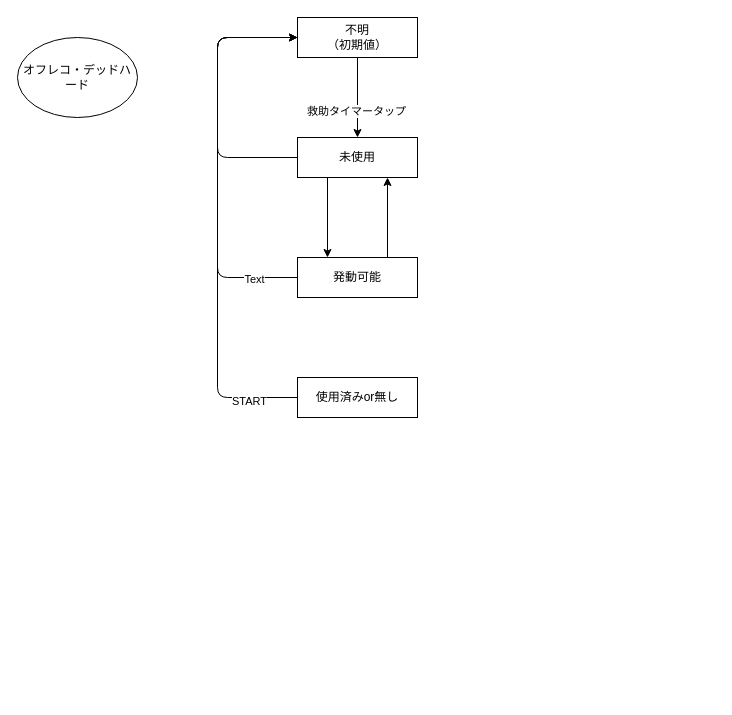
Above: docs/perks.drawio in g1ac3/dbd_supporter (draw.io), before the change. Source tidied: cells renumbered, new cells numbered last; positions are measured from the earlier drawing's top-left corner, leaving out a move shared by most shapes. Both pictures are drawn from the tidied source at 100%, with x=0, y=0 at pixel (17, 17).
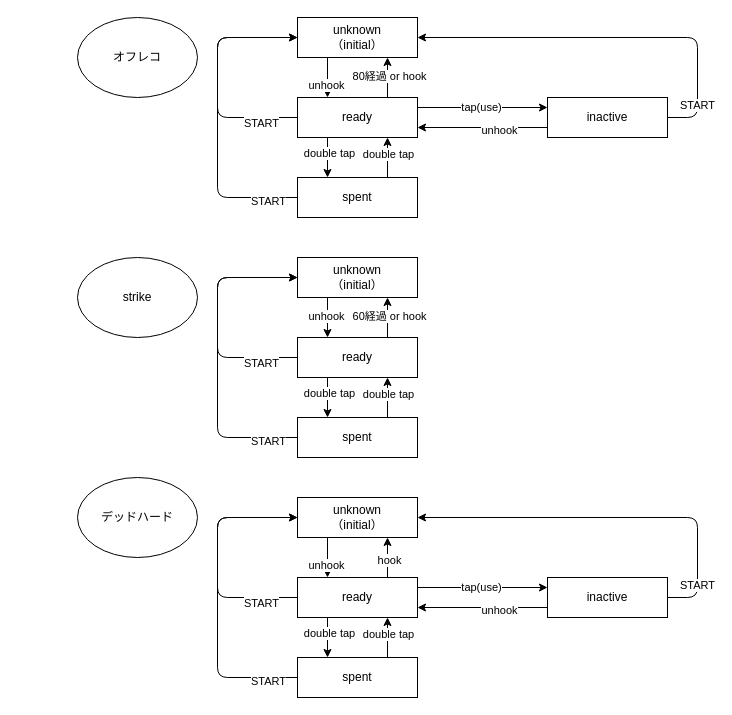
After the change.

Commit message (it also covers changes not shown here):
feat: add hook/unhook button.

Change to the diagram source:
```diff
@@
-    <mxCell id="2" style="edgeStyle=none;html=1;exitX=0.5;exitY=1;exitDx=0;exitDy=0;entryX=0.5;entryY=0;entryDx=0;entryDy=0;" parent="1" edge="1" source="4" target="7">
+    <mxCell id="2" style="edgeStyle=none;html=1;exitX=0.25;exitY=1;exitDx=0;exitDy=0;entryX=0.25;entryY=0;entryDx=0;entryDy=0;" parent="1" edge="1" source="4" target="7">
       <mxGeometry relative="1" as="geometry" />
     </mxCell>
-    <mxCell id="3" value="救助タイマータップ" style="edgeLabel;html=1;align=center;verticalAlign=middle;" parent="2" vertex="1">
+    <mxCell id="3" value="unhook" style="edgeLabel;html=1;align=center;verticalAlign=middle;" parent="2" vertex="1">
       <mxGeometry x="0.33" y="-2" relative="1" as="geometry" />
     </mxCell>
-    <mxCell id="4" value="不明&lt;div&gt;（初期値）&lt;/div&gt;" style="rounded=0;whiteSpace=wrap;html=1;" parent="1" vertex="1">
+    <mxCell id="4" value="unknown&lt;br&gt;&lt;div&gt;（initial）&lt;/div&gt;" style="rounded=0;whiteSpace=wrap;html=1;" parent="1" vertex="1">
       <mxGeometry x="280" width="120" height="40" as="geometry" />
     </mxCell>
-    <mxCell id="5" style="edgeStyle=none;html=1;exitX=0.25;exitY=1;exitDx=0;exitDy=0;entryX=0.25;entryY=0;entryDx=0;entryDy=0;" parent="1" edge="1" source="7" target="11">
+    <mxCell id="5" style="edgeStyle=none;html=1;exitX=1;exitY=0.25;exitDx=0;exitDy=0;entryX=0;entryY=0.25;entryDx=0;entryDy=0;" parent="1" edge="1" source="7" target="11">
       <mxGeometry relative="1" as="geometry" />
     </mxCell>
+    <mxCell id="16" value="tap(use)" style="edgeLabel;html=1;align=center;verticalAlign=middle;" parent="5" vertex="1">
+      <mxGeometry x="-0.03" y="1" relative="1" as="geometry" />
+    </mxCell>
     <mxCell id="6" style="edgeStyle=none;html=1;exitX=0;exitY=0.5;exitDx=0;exitDy=0;entryX=0;entryY=0.5;entryDx=0;entryDy=0;" parent="1" edge="1" source="7" target="4">
       <mxGeometry relative="1" as="geometry">
         <Array as="points">
-          <mxPoint x="200" y="140" />
+          <mxPoint x="200" y="100" />
           <mxPoint x="200" y="80" />
           <mxPoint x="200" y="20" />
         </Array>
       </mxGeometry>
     </mxCell>
+    <mxCell id="17" value="START" style="edgeLabel;html=1;align=center;verticalAlign=middle;" parent="6" vertex="1">
+      <mxGeometry x="-0.69" y="5" relative="1" as="geometry" />
+    </mxCell>
+    <mxCell id="18" style="edgeStyle=none;html=1;exitX=0.75;exitY=0;exitDx=0;exitDy=0;entryX=0.75;entryY=1;entryDx=0;entryDy=0;" parent="1" edge="1" source="7" target="4">
+      <mxGeometry relative="1" as="geometry" />
+    </mxCell>
+    <mxCell id="19" value="80経過 or hook" style="edgeLabel;html=1;align=center;verticalAlign=middle;" parent="18" vertex="1">
+      <mxGeometry x="0.08" y="-1" relative="1" as="geometry" />
+    </mxCell>
+    <mxCell id="20" style="edgeStyle=none;html=1;exitX=0.25;exitY=1;exitDx=0;exitDy=0;entryX=0.25;entryY=0;entryDx=0;entryDy=0;" parent="1" edge="1" source="7" target="14">
+      <mxGeometry relative="1" as="geometry" />
+    </mxCell>
+    <mxCell id="21" value="double tap" style="edgeLabel;html=1;align=center;verticalAlign=middle;" parent="20" vertex="1">
+      <mxGeometry x="-0.26" y="1" relative="1" as="geometry" />
+    </mxCell>
-    <mxCell id="7" value="未使用" style="rounded=0;whiteSpace=wrap;html=1;" parent="1" vertex="1">
-      <mxGeometry x="280" y="120" width="120" height="40" as="geometry" />
+    <mxCell id="7" value="ready" style="rounded=0;whiteSpace=wrap;html=1;" parent="1" vertex="1">
+      <mxGeometry x="280" y="80" width="120" height="40" as="geometry" />
     </mxCell>
-    <mxCell id="8" style="edgeStyle=none;html=1;exitX=0.75;exitY=0;exitDx=0;exitDy=0;entryX=0.75;entryY=1;entryDx=0;entryDy=0;" parent="1" edge="1" source="11" target="7">
+    <mxCell id="8" style="edgeStyle=none;html=1;exitX=0;exitY=0.75;exitDx=0;exitDy=0;entryX=1;entryY=0.75;entryDx=0;entryDy=0;" parent="1" edge="1" source="11" target="7">
       <mxGeometry relative="1" as="geometry" />
     </mxCell>
+    <mxCell id="22" value="unhook" style="edgeLabel;html=1;align=center;verticalAlign=middle;" parent="8" vertex="1">
+      <mxGeometry x="-0.24" y="2" relative="1" as="geometry" />
+    </mxCell>
-    <mxCell id="9" style="edgeStyle=none;html=1;exitX=0;exitY=0.5;exitDx=0;exitDy=0;" parent="1" edge="1" source="11">
+    <mxCell id="9" style="edgeStyle=none;html=1;exitX=1;exitY=0.5;exitDx=0;exitDy=0;entryX=1;entryY=0.5;entryDx=0;entryDy=0;" parent="1" edge="1" source="11" target="4">
       <mxGeometry relative="1" as="geometry">
-        <mxPoint x="280" y="20" as="targetPoint" />
         <Array as="points">
-          <mxPoint x="200" y="260" />
-          <mxPoint x="200" y="140" />
-          <mxPoint x="200" y="20" />
+          <mxPoint x="680" y="100" />
+          <mxPoint x="680" y="20" />
         </Array>
       </mxGeometry>
     </mxCell>
-    <mxCell id="10" value="Text" style="edgeLabel;html=1;align=center;verticalAlign=middle;" parent="9" vertex="1">
+    <mxCell id="10" value="START" style="edgeLabel;html=1;align=center;verticalAlign=middle;" parent="9" vertex="1">
       <mxGeometry x="-0.78" y="1" relative="1" as="geometry" />
     </mxCell>
-    <mxCell id="11" value="発動可能" style="rounded=0;whiteSpace=wrap;html=1;" parent="1" vertex="1">
-      <mxGeometry x="280" y="240" width="120" height="40" as="geometry" />
+    <mxCell id="11" value="inactive" style="rounded=0;whiteSpace=wrap;html=1;" parent="1" vertex="1">
+      <mxGeometry x="530" y="80" width="120" height="40" as="geometry" />
     </mxCell>
     <mxCell id="12" style="edgeStyle=none;html=1;exitX=0;exitY=0.5;exitDx=0;exitDy=0;entryX=0;entryY=0.5;entryDx=0;entryDy=0;" parent="1" edge="1" source="14" target="4">
       <mxGeometry relative="1" as="geometry">
         <Array as="points">
-          <mxPoint x="200" y="380" />
+          <mxPoint x="200" y="180" />
           <mxPoint x="200" y="20" />
         </Array>
       </mxGeometry>
     </mxCell>
@@
+    <mxCell id="23" style="edgeStyle=none;html=1;exitX=0.75;exitY=0;exitDx=0;exitDy=0;entryX=0.75;entryY=1;entryDx=0;entryDy=0;" parent="1" edge="1" source="14" target="7">
+      <mxGeometry relative="1" as="geometry" />
+    </mxCell>
+    <mxCell id="24" value="double tap" style="edgeLabel;html=1;align=center;verticalAlign=middle;" parent="23" vertex="1">
+      <mxGeometry x="0.18" relative="1" as="geometry" />
+    </mxCell>
-    <mxCell id="14" value="使用済みor無し" style="rounded=0;whiteSpace=wrap;html=1;" parent="1" vertex="1">
-      <mxGeometry x="280" y="360" width="120" height="40" as="geometry" />
+    <mxCell id="14" value="spent" style="rounded=0;whiteSpace=wrap;html=1;" parent="1" vertex="1">
+      <mxGeometry x="280" y="160" width="120" height="40" as="geometry" />
     </mxCell>
-    <mxCell id="15" value="オフレコ・デッドハード" style="ellipse;whiteSpace=wrap;html=1;" parent="1" vertex="1">
-      <mxGeometry y="20" width="120" height="80" as="geometry" />
+    <mxCell id="15" value="オフレコ" style="ellipse;whiteSpace=wrap;html=1;" parent="1" vertex="1">
+      <mxGeometry x="60" width="120" height="80" as="geometry" />
     </mxCell>
+    <mxCell id="25" style="edgeStyle=none;html=1;exitX=0.25;exitY=1;exitDx=0;exitDy=0;entryX=0.25;entryY=0;entryDx=0;entryDy=0;" parent="1" edge="1" source="27" target="34">
+      <mxGeometry relative="1" as="geometry" />
+    </mxCell>
+    <mxCell id="26" value="unhook" style="edgeLabel;html=1;align=center;verticalAlign=middle;" parent="25" vertex="1">
+      <mxGeometry x="0.33" y="-2" relative="1" as="geometry">
+        <mxPoint y="-9" as="offset" />
+      </mxGeometry>
+    </mxCell>
+    <mxCell id="27" value="unknown&lt;br&gt;&lt;div&gt;（initial）&lt;/div&gt;" style="rounded=0;whiteSpace=wrap;html=1;" parent="1" vertex="1">
+      <mxGeometry x="280" y="240" width="120" height="40" as="geometry" />
+    </mxCell>
+    <mxCell id="28" style="edgeStyle=none;html=1;exitX=0;exitY=0.5;exitDx=0;exitDy=0;entryX=0;entryY=0.5;entryDx=0;entryDy=0;" parent="1" edge="1" source="34" target="27">
+      <mxGeometry relative="1" as="geometry">
+        <Array as="points">
+          <mxPoint x="200" y="340" />
+          <mxPoint x="200" y="320" />
+          <mxPoint x="200" y="260" />
+        </Array>
+      </mxGeometry>
+    </mxCell>
+    <mxCell id="29" value="START" style="edgeLabel;html=1;align=center;verticalAlign=middle;" parent="28" vertex="1">
+      <mxGeometry x="-0.69" y="5" relative="1" as="geometry" />
+    </mxCell>
+    <mxCell id="30" style="edgeStyle=none;html=1;exitX=0.75;exitY=0;exitDx=0;exitDy=0;entryX=0.75;entryY=1;entryDx=0;entryDy=0;" parent="1" edge="1" source="34" target="27">
+      <mxGeometry relative="1" as="geometry" />
+    </mxCell>
+    <mxCell id="31" value="60経過 or hook" style="edgeLabel;html=1;align=center;verticalAlign=middle;" parent="30" vertex="1">
+      <mxGeometry x="0.08" y="-1" relative="1" as="geometry" />
+    </mxCell>
+    <mxCell id="32" style="edgeStyle=none;html=1;exitX=0.25;exitY=1;exitDx=0;exitDy=0;entryX=0.25;entryY=0;entryDx=0;entryDy=0;" parent="1" edge="1" source="34" target="39">
+      <mxGeometry relative="1" as="geometry" />
+    </mxCell>
+    <mxCell id="33" value="double tap" style="edgeLabel;html=1;align=center;verticalAlign=middle;" parent="32" vertex="1">
+      <mxGeometry x="-0.26" y="1" relative="1" as="geometry" />
+    </mxCell>
+    <mxCell id="34" value="ready" style="rounded=0;whiteSpace=wrap;html=1;" parent="1" vertex="1">
+      <mxGeometry x="280" y="320" width="120" height="40" as="geometry" />
+    </mxCell>
+    <mxCell id="35" style="edgeStyle=none;html=1;exitX=0;exitY=0.5;exitDx=0;exitDy=0;entryX=0;entryY=0.5;entryDx=0;entryDy=0;" parent="1" edge="1" source="39" target="27">
+      <mxGeometry relative="1" as="geometry">
+        <Array as="points">
+          <mxPoint x="200" y="420" />
+          <mxPoint x="200" y="260" />
+        </Array>
+      </mxGeometry>
+    </mxCell>
+    <mxCell id="36" value="START" style="edgeLabel;html=1;align=center;verticalAlign=middle;" parent="35" vertex="1">
+      <mxGeometry x="-0.81" y="3" relative="1" as="geometry" />
+    </mxCell>
+    <mxCell id="37" style="edgeStyle=none;html=1;exitX=0.75;exitY=0;exitDx=0;exitDy=0;entryX=0.75;entryY=1;entryDx=0;entryDy=0;" parent="1" edge="1" source="39" target="34">
+      <mxGeometry relative="1" as="geometry" />
+    </mxCell>
+    <mxCell id="38" value="double tap" style="edgeLabel;html=1;align=center;verticalAlign=middle;" parent="37" vertex="1">
+      <mxGeometry x="0.18" relative="1" as="geometry" />
+    </mxCell>
+    <mxCell id="39" value="spent" style="rounded=0;whiteSpace=wrap;html=1;" parent="1" vertex="1">
+      <mxGeometry x="280" y="400" width="120" height="40" as="geometry" />
+    </mxCell>
+    <mxCell id="40" value="strike" style="ellipse;whiteSpace=wrap;html=1;" parent="1" vertex="1">
+      <mxGeometry x="60" y="240" width="120" height="80" as="geometry" />
+    </mxCell>
+    <mxCell id="41" style="edgeStyle=none;html=1;exitX=0.25;exitY=1;exitDx=0;exitDy=0;entryX=0.25;entryY=0;entryDx=0;entryDy=0;" parent="1" edge="1" source="43" target="52">
+      <mxGeometry relative="1" as="geometry" />
+    </mxCell>
+    <mxCell id="42" value="unhook" style="edgeLabel;html=1;align=center;verticalAlign=middle;" parent="41" vertex="1">
+      <mxGeometry x="0.33" y="-2" relative="1" as="geometry" />
+    </mxCell>
+    <mxCell id="43" value="unknown&lt;br&gt;&lt;div&gt;（initial）&lt;/div&gt;" style="rounded=0;whiteSpace=wrap;html=1;" parent="1" vertex="1">
+      <mxGeometry x="280" y="480" width="120" height="40" as="geometry" />
+    </mxCell>
+    <mxCell id="44" style="edgeStyle=none;html=1;exitX=1;exitY=0.25;exitDx=0;exitDy=0;entryX=0;entryY=0.25;entryDx=0;entryDy=0;" parent="1" edge="1" source="52" target="57">
+      <mxGeometry relative="1" as="geometry" />
+    </mxCell>
+    <mxCell id="45" value="tap(use)" style="edgeLabel;html=1;align=center;verticalAlign=middle;" parent="44" vertex="1">
+      <mxGeometry x="-0.03" y="1" relative="1" as="geometry" />
+    </mxCell>
+    <mxCell id="46" style="edgeStyle=none;html=1;exitX=0;exitY=0.5;exitDx=0;exitDy=0;entryX=0;entryY=0.5;entryDx=0;entryDy=0;" parent="1" edge="1" source="52" target="43">
+      <mxGeometry relative="1" as="geometry">
+        <Array as="points">
+          <mxPoint x="200" y="580" />
+          <mxPoint x="200" y="560" />
+          <mxPoint x="200" y="500" />
+        </Array>
+      </mxGeometry>
+    </mxCell>
+    <mxCell id="47" value="START" style="edgeLabel;html=1;align=center;verticalAlign=middle;" parent="46" vertex="1">
+      <mxGeometry x="-0.69" y="5" relative="1" as="geometry" />
+    </mxCell>
+    <mxCell id="48" style="edgeStyle=none;html=1;exitX=0.25;exitY=1;exitDx=0;exitDy=0;entryX=0.25;entryY=0;entryDx=0;entryDy=0;" parent="1" edge="1" source="52" target="62">
+      <mxGeometry relative="1" as="geometry" />
+    </mxCell>
+    <mxCell id="49" value="double tap" style="edgeLabel;html=1;align=center;verticalAlign=middle;" parent="48" vertex="1">
+      <mxGeometry x="-0.26" y="1" relative="1" as="geometry" />
+    </mxCell>
+    <mxCell id="50" style="edgeStyle=none;html=1;exitX=0.75;exitY=0;exitDx=0;exitDy=0;entryX=0.75;entryY=1;entryDx=0;entryDy=0;" parent="1" edge="1" source="52" target="43">
+      <mxGeometry relative="1" as="geometry" />
+    </mxCell>
+    <mxCell id="51" value="hook" style="edgeLabel;html=1;align=center;verticalAlign=middle;" parent="50" vertex="1">
+      <mxGeometry x="-0.12" y="-1" relative="1" as="geometry" />
+    </mxCell>
+    <mxCell id="52" value="ready" style="rounded=0;whiteSpace=wrap;html=1;" parent="1" vertex="1">
+      <mxGeometry x="280" y="560" width="120" height="40" as="geometry" />
+    </mxCell>
+    <mxCell id="53" style="edgeStyle=none;html=1;exitX=0;exitY=0.75;exitDx=0;exitDy=0;entryX=1;entryY=0.75;entryDx=0;entryDy=0;" parent="1" edge="1" source="57" target="52">
+      <mxGeometry relative="1" as="geometry" />
+    </mxCell>
+    <mxCell id="54" value="unhook" style="edgeLabel;html=1;align=center;verticalAlign=middle;" parent="53" vertex="1">
+      <mxGeometry x="-0.24" y="2" relative="1" as="geometry" />
+    </mxCell>
+    <mxCell id="55" style="edgeStyle=none;html=1;exitX=1;exitY=0.5;exitDx=0;exitDy=0;entryX=1;entryY=0.5;entryDx=0;entryDy=0;" parent="1" edge="1" source="57" target="43">
+      <mxGeometry relative="1" as="geometry">
+        <Array as="points">
+          <mxPoint x="680" y="580" />
+          <mxPoint x="680" y="500" />
+        </Array>
+      </mxGeometry>
+    </mxCell>
+    <mxCell id="56" value="START" style="edgeLabel;html=1;align=center;verticalAlign=middle;" parent="55" vertex="1">
+      <mxGeometry x="-0.78" y="1" relative="1" as="geometry" />
+    </mxCell>
+    <mxCell id="57" value="inactive" style="rounded=0;whiteSpace=wrap;html=1;" parent="1" vertex="1">
+      <mxGeometry x="530" y="560" width="120" height="40" as="geometry" />
+    </mxCell>
+    <mxCell id="58" style="edgeStyle=none;html=1;exitX=0;exitY=0.5;exitDx=0;exitDy=0;entryX=0;entryY=0.5;entryDx=0;entryDy=0;" parent="1" edge="1" source="62" target="43">
+      <mxGeometry relative="1" as="geometry">
+        <Array as="points">
+          <mxPoint x="200" y="660" />
+          <mxPoint x="200" y="500" />
+        </Array>
+      </mxGeometry>
+    </mxCell>
+    <mxCell id="59" value="START" style="edgeLabel;html=1;align=center;verticalAlign=middle;" parent="58" vertex="1">
+      <mxGeometry x="-0.81" y="3" relative="1" as="geometry" />
+    </mxCell>
+    <mxCell id="60" style="edgeStyle=none;html=1;exitX=0.75;exitY=0;exitDx=0;exitDy=0;entryX=0.75;entryY=1;entryDx=0;entryDy=0;" parent="1" edge="1" source="62" target="52">
+      <mxGeometry relative="1" as="geometry" />
+    </mxCell>
+    <mxCell id="61" value="double tap" style="edgeLabel;html=1;align=center;verticalAlign=middle;" parent="60" vertex="1">
+      <mxGeometry x="0.18" relative="1" as="geometry" />
+    </mxCell>
+    <mxCell id="62" value="spent" style="rounded=0;whiteSpace=wrap;html=1;" parent="1" vertex="1">
+      <mxGeometry x="280" y="640" width="120" height="40" as="geometry" />
+    </mxCell>
+    <mxCell id="63" value="デッドハード" style="ellipse;whiteSpace=wrap;html=1;" parent="1" vertex="1">
+      <mxGeometry x="60" y="460" width="120" height="80" as="geometry" />
+    </mxCell>
```
